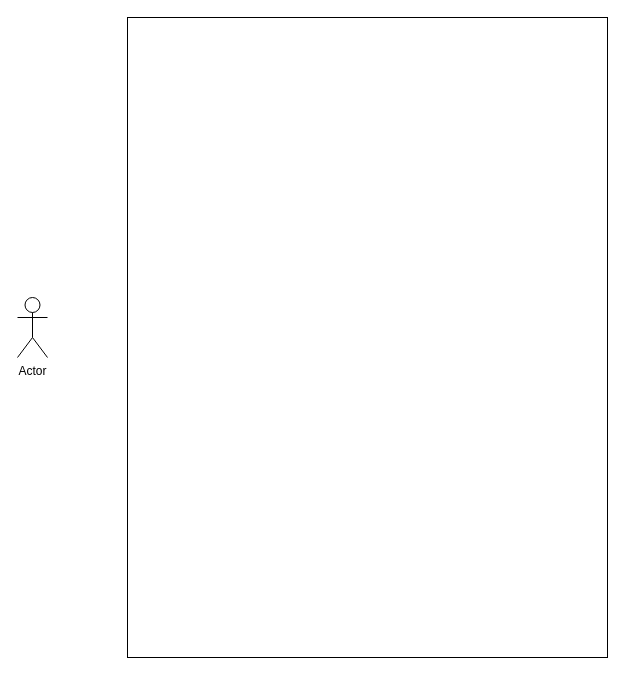
Above: Untitled Diagram.drawio in MOUNIBMarouane/QCM_enpoche (draw.io), before the change. Source tidied: cells renumbered, new cells numbered last; positions are measured from the earlier drawing's top-left corner, leaving out a move shared by most shapes. Both pictures are drawn from the tidied source at 100%, with x=0, y=0 at pixel (17, 17).
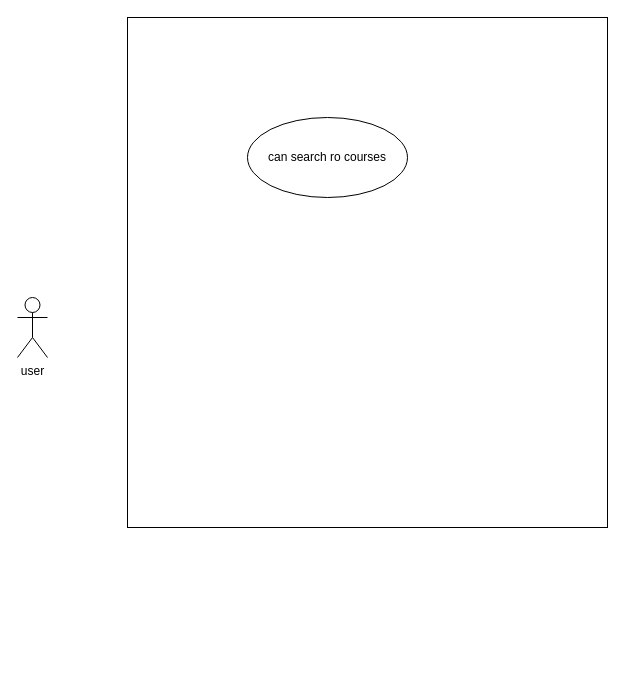
The same page after the edit.

Diff of the diagram source:
```diff
@@
 <mxGraphModel>
   <root>
     <mxCell id="0" />
     <mxCell id="1" parent="0" />
-    <mxCell id="2" value="Actor" style="shape=umlActor;verticalLabelPosition=bottom;verticalAlign=top;html=1;" parent="1" vertex="1">
+    <mxCell id="2" value="user" style="shape=umlActor;verticalLabelPosition=bottom;verticalAlign=top;html=1;" parent="1" vertex="1">
       <mxGeometry y="280" width="30" height="60" as="geometry" />
     </mxCell>
     <mxCell id="3" style="rounded=0;whiteSpace=wrap;html=1;" parent="1" vertex="1">
-      <mxGeometry x="110" width="480" height="640" as="geometry" />
+      <mxGeometry x="110" width="480" height="510" as="geometry" />
     </mxCell>
+    <mxCell id="4" value="can search ro courses" style="ellipse;whiteSpace=wrap;html=1;" parent="1" vertex="1">
+      <mxGeometry x="230" y="100" width="160" height="80" as="geometry" />
+    </mxCell>
   </root>
 </mxGraphModel>
```
